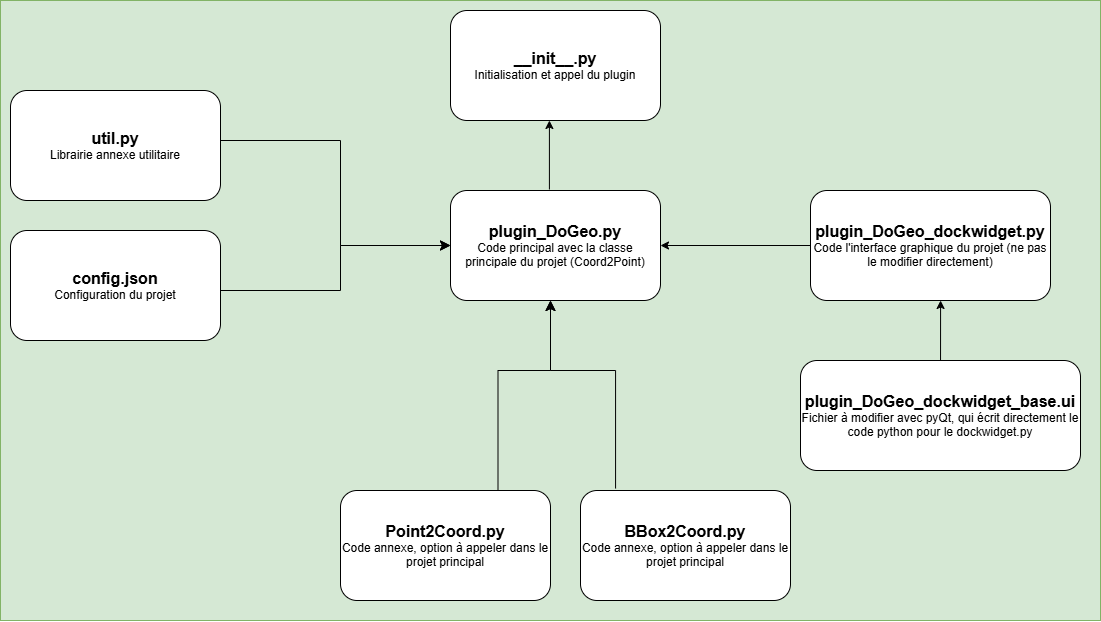
Above: Diag_act_plugin_general.drawio.png in leonielrx/ProjetInfo_DoGeo (draw.io), before the change. Source tidied: cells renumbered, new cells last; positions are measured from the earlier drawing's top-left corner, leaving out a move shared by most shapes.
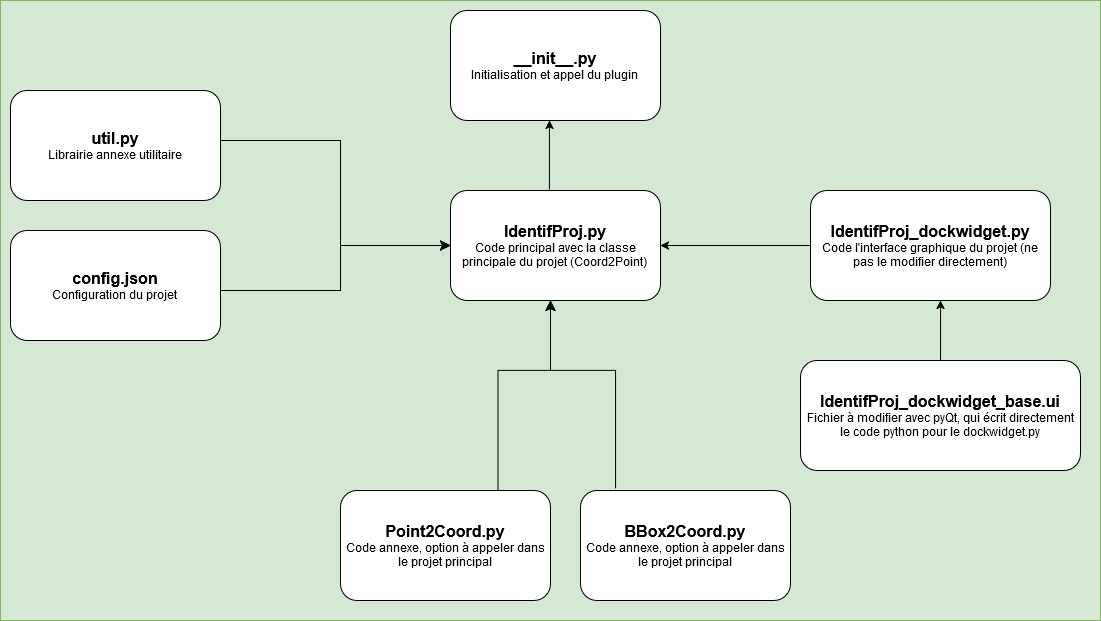
The same diagram one commit later.

Commit message:
Mettre à jour Diag_act_plugin_general.drawio.png

The edit, as a diff of the source:
```diff
@@ -5,7 +5,7 @@
     <mxCell id="2" style="rounded=0;whiteSpace=wrap;html=1;fillColor=#d5e8d4;strokeColor=#82b366;" parent="1" vertex="1">
       <mxGeometry width="1100" height="620" as="geometry" />
     </mxCell>
-    <mxCell id="3" value="&lt;div&gt;&lt;b&gt;&lt;font style=&quot;font-size: 16px;&quot;&gt;plugin_DoGeo.py&lt;/font&gt;&lt;/b&gt;&lt;/div&gt;&lt;div&gt;Code principal avec la classe principale du projet (Coord2Point)&lt;br&gt;&lt;/div&gt;" style="rounded=1;whiteSpace=wrap;html=1;" parent="1" vertex="1">
+    <mxCell id="3" value="&lt;div&gt;&lt;b&gt;&lt;font style=&quot;font-size: 16px;&quot;&gt;IdentifProj.py&lt;/font&gt;&lt;/b&gt;&lt;/div&gt;&lt;div&gt;Code principal avec la classe principale du projet (Coord2Point)&lt;br&gt;&lt;/div&gt;" style="rounded=1;whiteSpace=wrap;html=1;" parent="1" vertex="1">
       <mxGeometry x="450" y="190" width="210" height="110" as="geometry" />
     </mxCell>
     <mxCell id="4" value="&lt;div&gt;&lt;b&gt;&lt;font style=&quot;font-size: 16px;&quot;&gt;__init__.py&lt;/font&gt;&lt;/b&gt;&lt;/div&gt;&lt;div&gt;Initialisation et appel du plugin&lt;br&gt;&lt;/div&gt;" style="rounded=1;whiteSpace=wrap;html=1;" parent="1" vertex="1">
@@ -14,10 +14,10 @@
     <mxCell id="5" style="endArrow=classic;html=1;rounded=0;exitX=0.471;exitY=-0.009;exitDx=0;exitDy=0;exitPerimeter=0;entryX=0.471;entryY=1;entryDx=0;entryDy=0;entryPerimeter=0;" parent="1" edge="1" source="3" target="4">
       <mxGeometry relative="1" as="geometry" />
     </mxCell>
-    <mxCell id="6" value="&lt;div&gt;&lt;b&gt;&lt;font style=&quot;font-size: 16px;&quot;&gt;plugin_DoGeo&lt;/font&gt;&lt;/b&gt;&lt;b&gt;&lt;font style=&quot;font-size: 16px;&quot;&gt;_dockwidget.py&lt;/font&gt;&lt;/b&gt;&lt;/div&gt;&lt;div&gt;Code l'interface graphique du projet (ne pas le modifier directement)&lt;br&gt;&lt;/div&gt;" style="rounded=1;whiteSpace=wrap;html=1;" parent="1" vertex="1">
+    <mxCell id="6" value="&lt;div&gt;&lt;b&gt;&lt;font style=&quot;font-size: 16px;&quot;&gt;IdentifProj_dockwidget.py&lt;/font&gt;&lt;/b&gt;&lt;/div&gt;&lt;div&gt;Code l'interface graphique du projet (ne pas le modifier directement)&lt;br&gt;&lt;/div&gt;" style="rounded=1;whiteSpace=wrap;html=1;" parent="1" vertex="1">
       <mxGeometry x="810" y="190" width="240" height="110" as="geometry" />
     </mxCell>
-    <mxCell id="7" value="&lt;div&gt;&lt;b&gt;&lt;font style=&quot;font-size: 16px;&quot;&gt;plugin_DoGeo&lt;/font&gt;&lt;/b&gt;&lt;b&gt;&lt;font style=&quot;font-size: 16px;&quot;&gt;_dockwidget_base.ui&lt;/font&gt;&lt;/b&gt;&lt;/div&gt;&lt;div&gt;Fichier à modifier avec pyQt, qui écrit directement le code python pour le dockwidget.py&lt;br&gt;&lt;/div&gt;" style="rounded=1;whiteSpace=wrap;html=1;" parent="1" vertex="1">
+    <mxCell id="7" value="&lt;div&gt;&lt;b&gt;&lt;font style=&quot;font-size: 16px;&quot;&gt;IdentifProj_dockwidget_base.ui&lt;/font&gt;&lt;/b&gt;&lt;/div&gt;&lt;div&gt;Fichier à modifier avec pyQt, qui écrit directement le code python pour le dockwidget.py&lt;br&gt;&lt;/div&gt;" style="rounded=1;whiteSpace=wrap;html=1;" parent="1" vertex="1">
       <mxGeometry x="800" y="360" width="280" height="110" as="geometry" />
     </mxCell>
     <mxCell id="8" style="endArrow=classic;html=1;rounded=0;entryX=0.542;entryY=1;entryDx=0;entryDy=0;entryPerimeter=0;" parent="1" edge="1" source="7" target="6">
```
